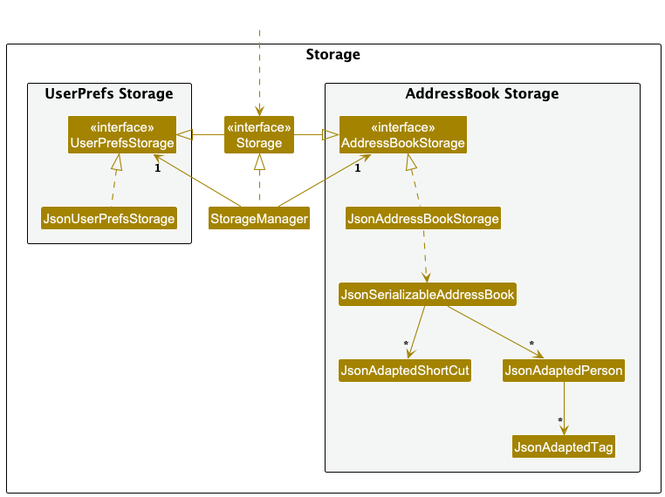
This is docs/images/StorageClassDiagram.png from nus-cs2103-AY2425S1/tp, a PlantUML export, as it was before one commit. Its source is kept beside it as docs/diagrams/StorageClassDiagram.puml.
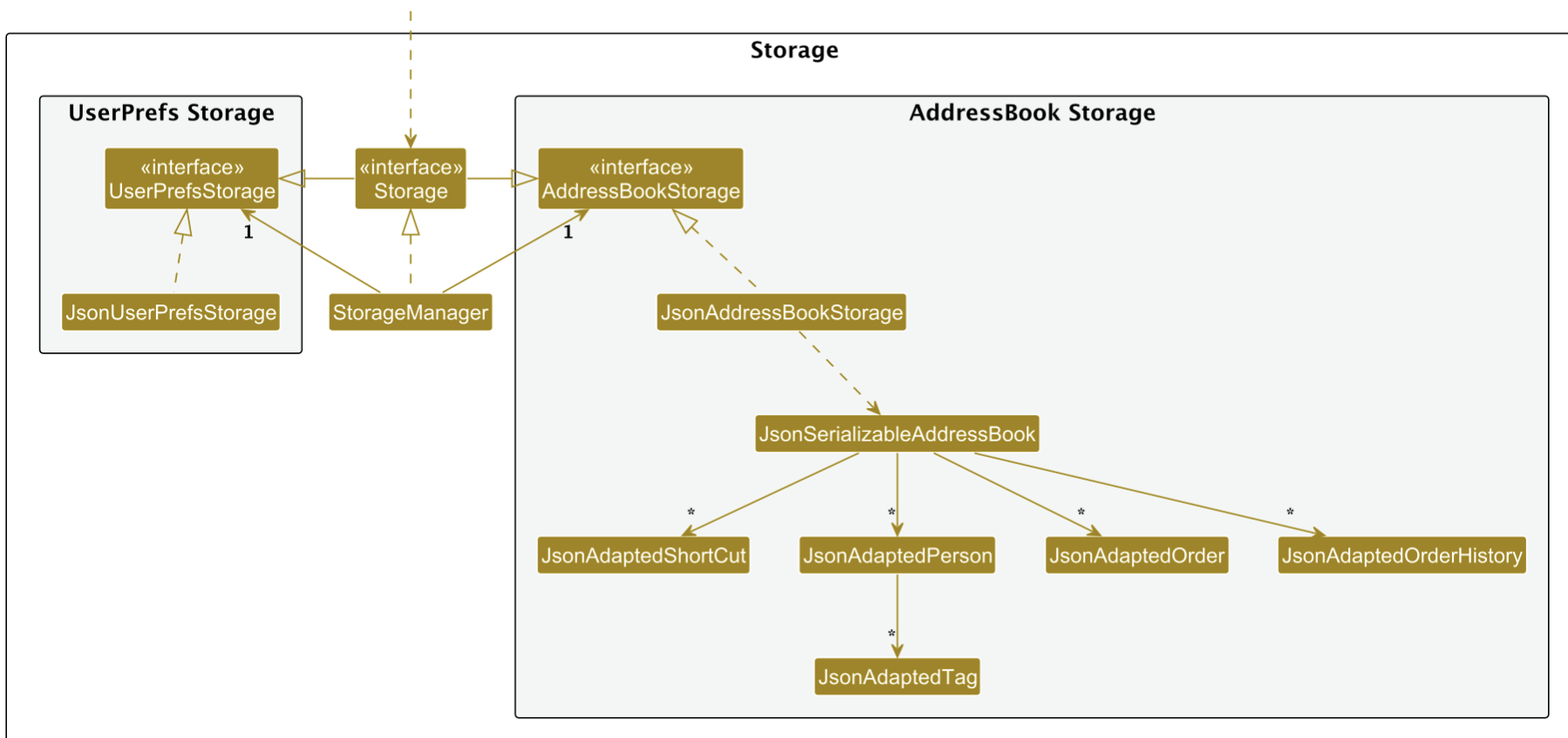
Above is the later version.

Diff of the diagram source:
```diff
@@ -21,6 +21,8 @@
 Class JsonAdaptedShortCut
 Class JsonAdaptedPerson
 Class JsonAdaptedTag
+Class JsonAdaptedOrder
+Class JsonAdaptedOrderHistory
 }
 
 }
@@ -40,5 +42,7 @@
 JsonAddressBookStorage ..> JsonSerializableAddressBook
 JsonSerializableAddressBook --> "*" JsonAdaptedShortCut
 JsonSerializableAddressBook --> "*" JsonAdaptedPerson
+JsonSerializableAddressBook --> "*" JsonAdaptedOrder
+JsonSerializableAddressBook --> "*" JsonAdaptedOrderHistory
 JsonAdaptedPerson --> "*" JsonAdaptedTag
 @enduml
```
